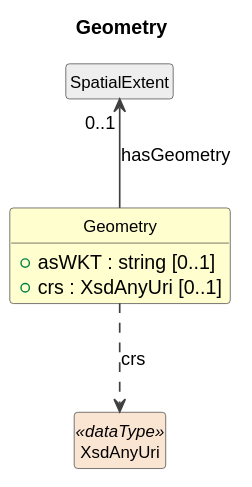
Earlier version of the PlantUML export cdif-uml-model/CDIFDiscovery/Classes/Geometry.svg (Cross-Domain-Interoperability-Framework/metadataBuildingBlocks).
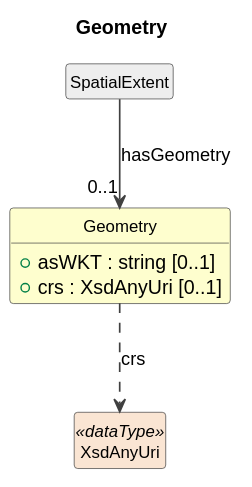
After the change.

The edit, as a diff of the source:
```diff
@@ -15,7 +15,7 @@
   +crs : XsdAnyUri [0..1]
 }
 class "SpatialExtent" as SpatialExtent #EEEEEE
-SpatialExtent "0..1" <-- Geometry : hasGeometry
+SpatialExtent --> "0..1" Geometry : hasGeometry
 class "XsdAnyUri" as XsdAnyUri <<dataType>> #FAE5D3
 Geometry ..> XsdAnyUri : crs
 @enduml
```
